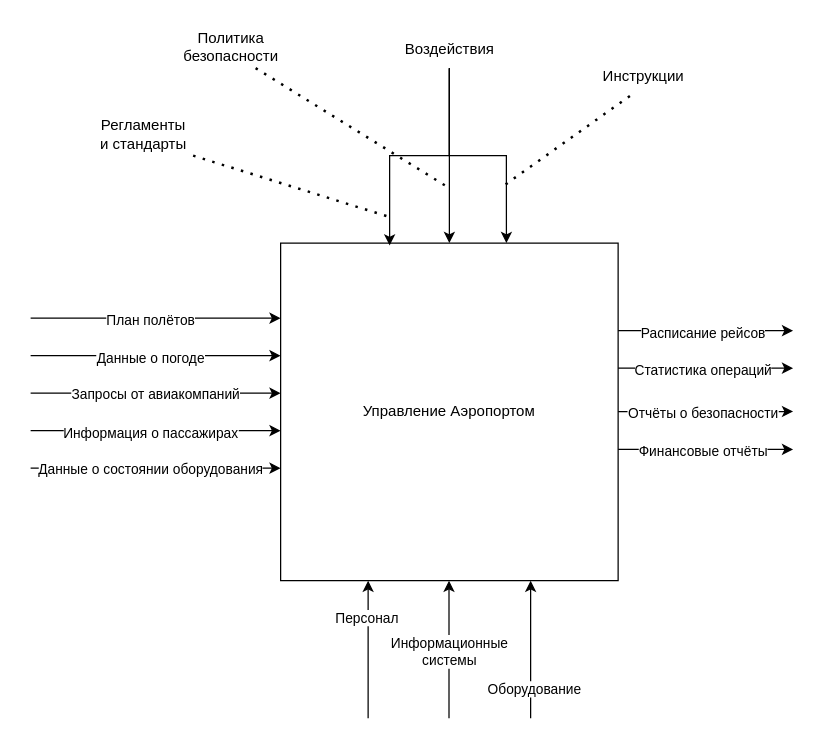
Earlier version of the draw.io diagram Diagramms/IDF0Airport.drawio (AgentSmithZ/-). Source tidied: cells renumbered, new cells numbered last; positions are measured from the earlier drawing's top-left corner, leaving out a move shared by most shapes. Both pictures are drawn from the tidied source at 125%, with x=0, y=0 at pixel (30, 21).
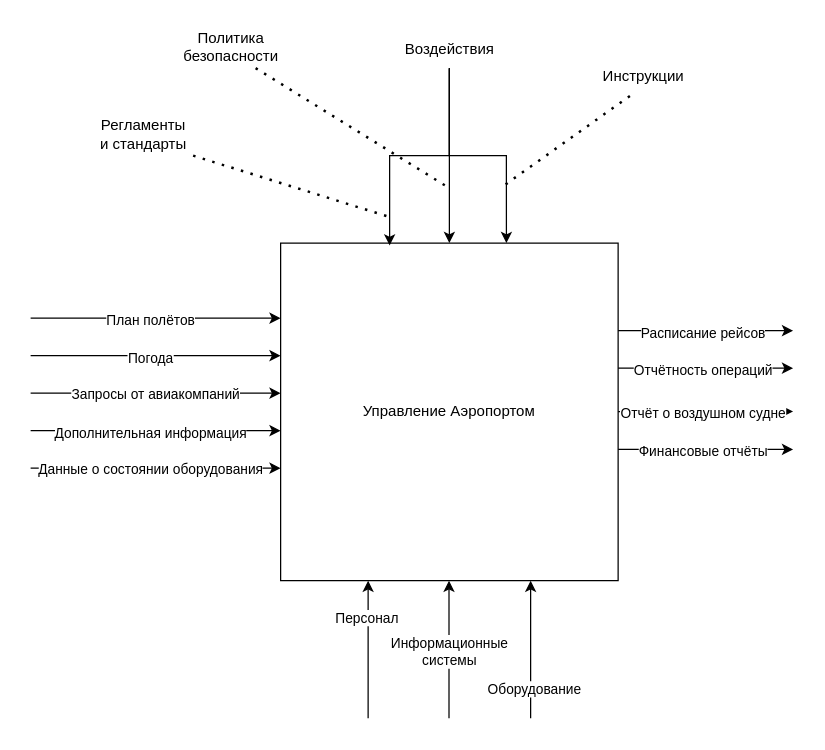
After the change.

The change refers to these unchanged cells:
```xml
<mxCell id="5" style="endArrow=classic;html=1;rounded=0;" parent="1" edge="1">
  <mxGeometry relative="1" as="geometry">
    <mxPoint y="267" as="sourcePoint" />
    <mxPoint x="200" y="267" as="targetPoint" />
  </mxGeometry>
</mxCell>
<mxCell id="9" style="endArrow=classic;html=1;rounded=0;" parent="1" edge="1">
  <mxGeometry relative="1" as="geometry">
    <mxPoint y="327" as="sourcePoint" />
    <mxPoint x="200" y="327" as="targetPoint" />
  </mxGeometry>
</mxCell>
<mxCell id="15" style="endArrow=classic;html=1;rounded=0;" parent="1" edge="1">
  <mxGeometry relative="1" as="geometry">
    <mxPoint x="470" y="277" as="sourcePoint" />
    <mxPoint x="610" y="277" as="targetPoint" />
  </mxGeometry>
</mxCell>
<mxCell id="17" style="endArrow=classic;html=1;rounded=0;" parent="1" edge="1">
  <mxGeometry relative="1" as="geometry">
    <mxPoint x="470" y="311.7" as="sourcePoint" />
    <mxPoint x="610" y="311.7" as="targetPoint" />
  </mxGeometry>
</mxCell>
```

What changed in the source:
```diff
@@
-    <mxCell id="6" value="Данные о погоде" style="edgeLabel;html=1;align=center;verticalAlign=middle;" parent="5" vertex="1">
+    <mxCell id="6" value="Погода" style="edgeLabel;html=1;align=center;verticalAlign=middle;" parent="5" vertex="1">
       <mxGeometry x="-0.05" y="-1" relative="1" as="geometry" />
     </mxCell>
@@
-    <mxCell id="10" value="Информация о пассажирах" style="edgeLabel;html=1;align=center;verticalAlign=middle;" parent="9" vertex="1">
+    <mxCell id="10" value="Дополнительная информация" style="edgeLabel;html=1;align=center;verticalAlign=middle;" parent="9" vertex="1">
       <mxGeometry x="-0.05" y="-1" relative="1" as="geometry" />
     </mxCell>
@@
-    <mxCell id="16" value="Статистика операций" style="edgeLabel;html=1;align=center;verticalAlign=middle;" parent="15" vertex="1">
+    <mxCell id="16" value="Отчётность операций" style="edgeLabel;html=1;align=center;verticalAlign=middle;" parent="15" vertex="1">
       <mxGeometry x="-0.05" y="-1" relative="1" as="geometry" />
     </mxCell>
@@
-    <mxCell id="18" value="Отчёты о безопасности" style="edgeLabel;html=1;align=center;verticalAlign=middle;" parent="17" vertex="1">
+    <mxCell id="18" value="Отчёт о воздушном судне" style="edgeLabel;html=1;align=center;verticalAlign=middle;" parent="17" vertex="1">
       <mxGeometry x="-0.05" y="-1" relative="1" as="geometry" />
     </mxCell>
```
